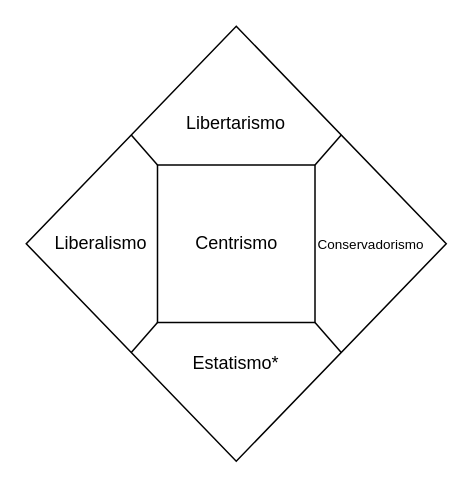
Before: drawio/nolan chart/nolan_chart.drawio in Anth0nyPereira/onegai, a draw.io diagram. Source tidied: cells renumbered, new cells numbered last; positions are measured from the earlier drawing's top-left corner, leaving out a move shared by most shapes. Both pictures are drawn from the tidied source at 150%, with x=0, y=0 at pixel (26, 26).
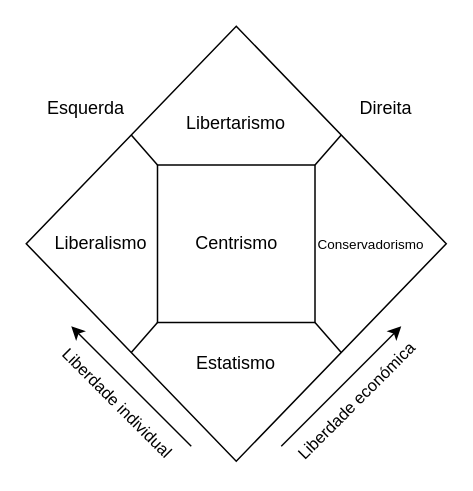
The same page after the edit.

Diff of the diagram source:
```diff
@@
-    <mxCell id="11" value="Estatismo*" style="text;html=1;strokeColor=none;fillColor=none;align=center;verticalAlign=middle;whiteSpace=wrap;rounded=0;" parent="1" vertex="1">
+    <mxCell id="11" value="Estatismo" style="text;html=1;strokeColor=none;fillColor=none;align=center;verticalAlign=middle;whiteSpace=wrap;rounded=0;" parent="1" vertex="1">
       <mxGeometry x="110" y="210" width="60" height="30" as="geometry" />
     </mxCell>
+    <mxCell id="12" style="endArrow=classic;html=1;rounded=0;" parent="1" edge="1">
+      <mxGeometry relative="1" as="geometry">
+        <mxPoint x="110" y="280" as="sourcePoint" />
+        <mxPoint x="30" y="200" as="targetPoint" />
+      </mxGeometry>
+    </mxCell>
+    <mxCell id="13" value="Liberdade individual" style="edgeLabel;html=1;align=center;verticalAlign=middle;rotation=45;" parent="12" vertex="1">
+      <mxGeometry x="0.08" y="3" relative="1" as="geometry">
+        <mxPoint x="-4" y="11" as="offset" />
+      </mxGeometry>
+    </mxCell>
+    <mxCell id="14" style="endArrow=classic;html=1;rounded=0;" parent="1" edge="1">
+      <mxGeometry relative="1" as="geometry">
+        <mxPoint x="170" y="280" as="sourcePoint" />
+        <mxPoint x="250" y="200" as="targetPoint" />
+      </mxGeometry>
+    </mxCell>
+    <mxCell id="15" value="Liberdade económica" style="edgeLabel;html=1;align=center;verticalAlign=middle;rotation=-45;" parent="14" vertex="1">
+      <mxGeometry x="-0.11" y="1" relative="1" as="geometry">
+        <mxPoint x="15" y="6" as="offset" />
+      </mxGeometry>
+    </mxCell>
+    <mxCell id="16" value="Esquerda" style="text;html=1;strokeColor=none;fillColor=none;align=center;verticalAlign=middle;whiteSpace=wrap;rounded=0;" parent="1" vertex="1">
+      <mxGeometry x="10" y="40" width="60" height="30" as="geometry" />
+    </mxCell>
+    <mxCell id="17" value="Direita" style="text;html=1;strokeColor=none;fillColor=none;align=center;verticalAlign=middle;whiteSpace=wrap;rounded=0;" parent="1" vertex="1">
+      <mxGeometry x="210" y="40" width="60" height="30" as="geometry" />
+    </mxCell>
```
